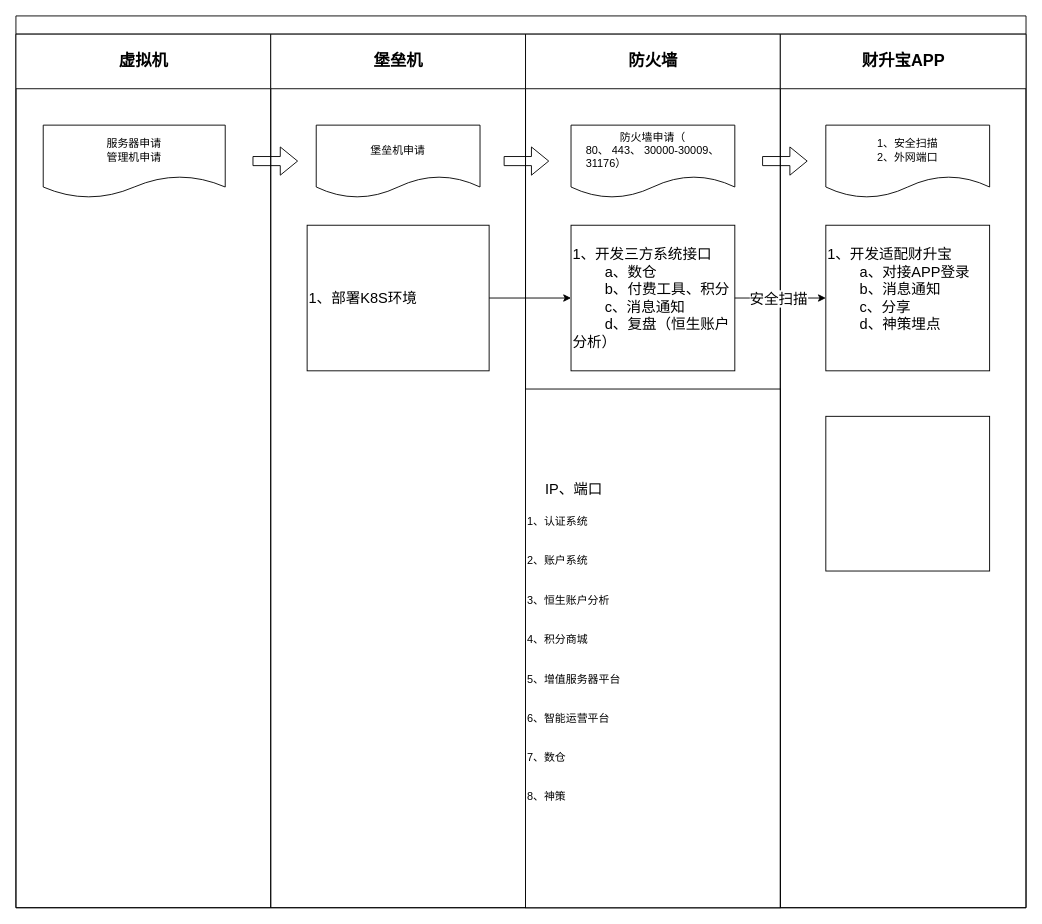
This is 未命名绘图.drawio from sunpeiyu/testsunpy, a draw.io file, before an edit. Source tidied: cells renumbered, new cells numbered last; positions are measured from the earlier drawing's top-left corner, leaving out a move shared by most shapes. Both pictures are drawn from the tidied source at 91%, with x=0, y=0 at pixel (15, 15).
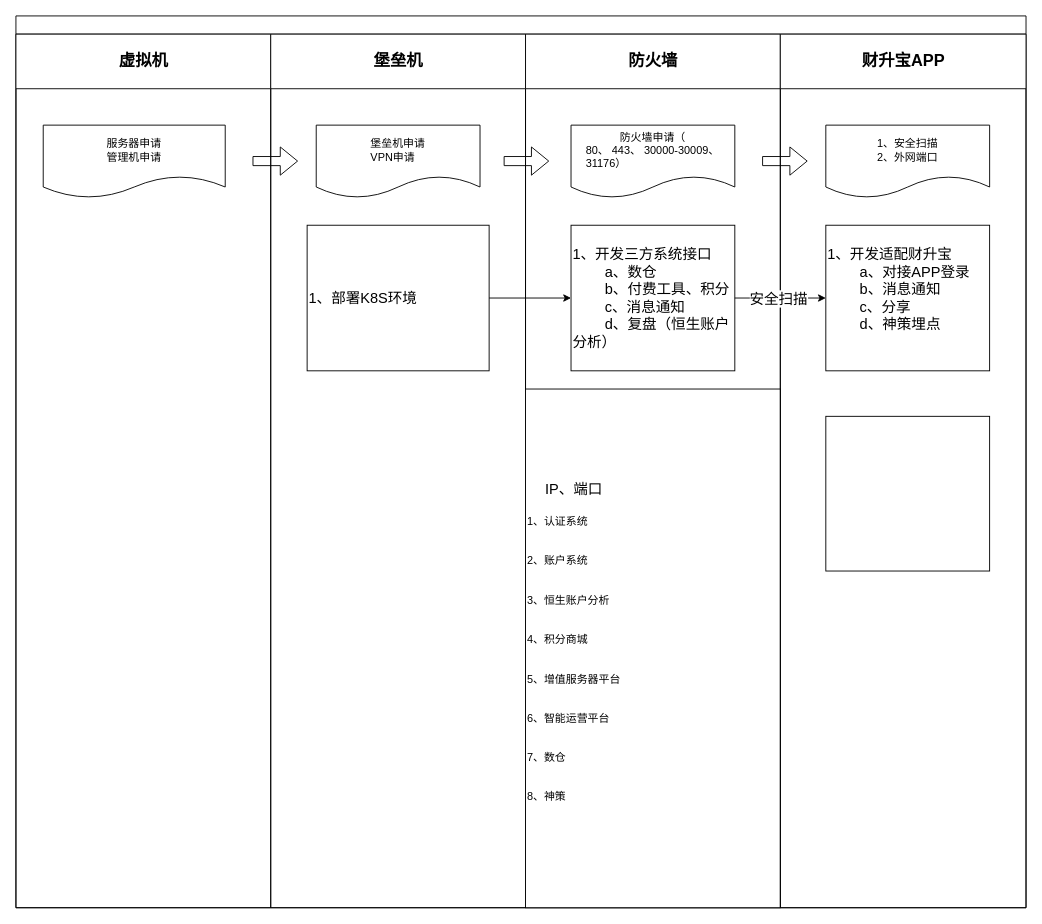
Above is the later version.

Commit message:
更新未命名绘图.drawio

Unchanged cells that the change refers to:
```xml
<mxCell id="5" value="&lt;font style=&quot;font-size: 18px;&quot;&gt;堡垒机&lt;/font&gt;" style="swimlane;html=1;startSize=60;" parent="2" vertex="1">
  <mxGeometry x="280" y="20" width="280" height="960" as="geometry" />
</mxCell>
```

Change to the diagram source:
```diff
@@
-    <mxCell id="7" value="&lt;span style=&quot;text-align: left;&quot;&gt;堡垒机申请&lt;/span&gt;" style="shape=document;whiteSpace=wrap;html=1;boundedLbl=1;" parent="5" vertex="1">
+    <mxCell id="7" value="&lt;span style=&quot;text-align: left;&quot;&gt;堡垒机申请&lt;/span&gt;&lt;div style=&quot;text-align: left;&quot;&gt;VPN申请&lt;/div&gt;" style="shape=document;whiteSpace=wrap;html=1;boundedLbl=1;" parent="5" vertex="1">
       <mxGeometry x="50" y="100" width="180" height="80" as="geometry" />
     </mxCell>
```
